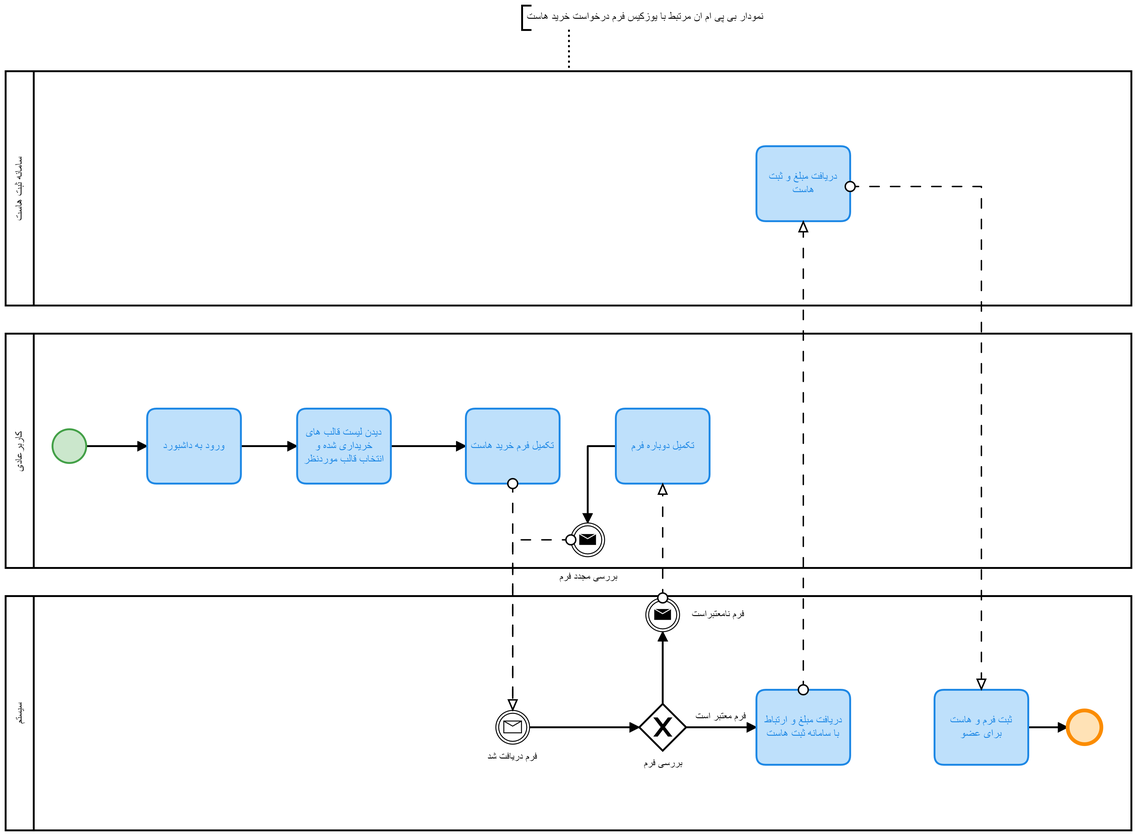
Earlier version of the BPMN export Diagrams/Activity Diagram & bpmn diagram/bpmn/PDF-version/buy-host-for-user.png (hirezadehghani/website-builder). Its source is kept beside it as Diagrams/Activity Diagram & bpmn diagram/bpmn/buy-host-for-user.bpmn. Ids are renumbered. Source of this version:
```xml
<bpmn:definitions xmlns:bpmn="http://www.omg.org/spec/BPMN/20100524/MODEL" xmlns:bpmndi="http://www.omg.org/spec/BPMN/20100524/DI" xmlns:dc="http://www.omg.org/spec/DD/20100524/DC" xmlns:di="http://www.omg.org/spec/DD/20100524/DI" xmlns:bioc="http://bpmn.io/schema/bpmn/biocolor/1.0" xmlns:color="http://www.omg.org/spec/BPMN/non-normative/color/1.0" xmlns:modeler="http://camunda.org/schema/modeler/1.0" id="Definitions_n1" targetNamespace="http://bpmn.io/schema/bpmn" exporter="Camunda Modeler" exporterVersion="4.11.1" modeler:executionPlatform="Camunda Platform" modeler:executionPlatformVersion="7.15.0">
  <bpmn:collaboration id="Collaboration_n2">
    <bpmn:participant id="Participant_n3" name="کاربرعادی" processRef="Process_n4" />
    <bpmn:participant id="Participant_n5" name="سیستم" processRef="Process_n6" />
    <bpmn:participant id="Participant_n7" name="سامانه ثبت هاست" processRef="Process_n8" />
    <bpmn:messageFlow id="Flow_n9" sourceRef="Activity_n10" targetRef="Event_n11" />
    <bpmn:messageFlow id="Flow_n12" sourceRef="Event_n13" targetRef="Activity_n14" />
    <bpmn:messageFlow id="Flow_n15" sourceRef="Event_n16" targetRef="Event_n11" />
    <bpmn:messageFlow id="Flow_n17" sourceRef="Activity_n18" targetRef="Activity_n19" />
    <bpmn:messageFlow id="Flow_n20" sourceRef="Activity_n19" targetRef="Activity_n21" />
    <bpmn:textAnnotation id="TextAnnotation_n22">
      <bpmn:text>نمودار بی پی ام ان مرتبط با یوزکیس فرم درخواست خرید هاست</bpmn:text>
    </bpmn:textAnnotation>
    <bpmn:association id="Association_n23" sourceRef="Participant_n7" targetRef="TextAnnotation_n22" />
  </bpmn:collaboration>
  <bpmn:process id="Process_n4" isExecutable="false">
    <bpmn:startEvent id="Event_n24">
      <bpmn:outgoing>Flow_n25</bpmn:outgoing>
    </bpmn:startEvent>
    <bpmn:task id="Activity_n26" name="ورود به داشبورد">
      <bpmn:incoming>Flow_n25</bpmn:incoming>
      <bpmn:outgoing>Flow_n27</bpmn:outgoing>
    </bpmn:task>
    <bpmn:task id="Activity_n28" name="دیدن لیست قالب های خریداری شده و انتخاب قالب موردنظر">
      <bpmn:incoming>Flow_n27</bpmn:incoming>
      <bpmn:outgoing>Flow_n29</bpmn:outgoing>
    </bpmn:task>
    <bpmn:task id="Activity_n10" name="تکمیل فرم خرید هاست">
      <bpmn:incoming>Flow_n29</bpmn:incoming>
    </bpmn:task>
    <bpmn:task id="Activity_n14" name="تکمیل دوباره فرم">
      <bpmn:outgoing>Flow_n30</bpmn:outgoing>
    </bpmn:task>
    <bpmn:intermediateThrowEvent id="Event_n16" name="بررسی مجدد فرم">
      <bpmn:incoming>Flow_n30</bpmn:incoming>
      <bpmn:messageEventDefinition id="MessageEventDefinition_n31" />
    </bpmn:intermediateThrowEvent>
    <bpmn:sequenceFlow id="Flow_n30" sourceRef="Activity_n14" targetRef="Event_n16" />
    <bpmn:sequenceFlow id="Flow_n27" sourceRef="Activity_n26" targetRef="Activity_n28" />
    <bpmn:sequenceFlow id="Flow_n25" sourceRef="Event_n24" targetRef="Activity_n26" />
    <bpmn:sequenceFlow id="Flow_n29" sourceRef="Activity_n28" targetRef="Activity_n10" />
  </bpmn:process>
  <bpmn:process id="Process_n6" isExecutable="false">
    <bpmn:exclusiveGateway id="Gateway_n32" name="بررسی فرم">
      <bpmn:incoming>Flow_n33</bpmn:incoming>
      <bpmn:outgoing>Flow_n34</bpmn:outgoing>
      <bpmn:outgoing>Flow_n35</bpmn:outgoing>
    </bpmn:exclusiveGateway>
    <bpmn:task id="Activity_n18" name="دریافت مبلغ و ارتباط با سامانه ثبت هاست">
      <bpmn:incoming>Flow_n34</bpmn:incoming>
    </bpmn:task>
    <bpmn:task id="Activity_n21" name="ثبت فرم و هاست برای عضو">
      <bpmn:outgoing>Flow_n36</bpmn:outgoing>
    </bpmn:task>
    <bpmn:endEvent id="Event_n37">
      <bpmn:incoming>Flow_n36</bpmn:incoming>
    </bpmn:endEvent>
    <bpmn:intermediateCatchEvent id="Event_n11" name="فرم دریافت شد">
      <bpmn:outgoing>Flow_n33</bpmn:outgoing>
      <bpmn:messageEventDefinition id="MessageEventDefinition_n38" />
    </bpmn:intermediateCatchEvent>
    <bpmn:intermediateThrowEvent id="Event_n13" name="فرم نامعتبراست">
      <bpmn:incoming>Flow_n35</bpmn:incoming>
      <bpmn:messageEventDefinition id="MessageEventDefinition_n39" />
    </bpmn:intermediateThrowEvent>
    <bpmn:sequenceFlow id="Flow_n35" sourceRef="Gateway_n32" targetRef="Event_n13" />
    <bpmn:sequenceFlow id="Flow_n33" sourceRef="Event_n11" targetRef="Gateway_n32" />
    <bpmn:sequenceFlow id="Flow_n34" name="فرم معتبر است" sourceRef="Gateway_n32" targetRef="Activity_n18" />
    <bpmn:sequenceFlow id="Flow_n36" sourceRef="Activity_n21" targetRef="Event_n37" />
  </bpmn:process>
  <bpmn:process id="Process_n8" isExecutable="false">
    <bpmn:task id="Activity_n19" name="دریافت مبلغ و ثبت هاست" />
  </bpmn:process>
  <bpmndi:BPMNDiagram id="BPMNDiagram_1">
    <bpmndi:BPMNPlane id="BPMNPlane_1" bpmnElement="Collaboration_n2">
      <bpmndi:BPMNShape id="Participant_n3_di" bpmnElement="Participant_n3" isHorizontal="true">
        <dc:Bounds x="160" y="430" width="1201" height="250" />
      </bpmndi:BPMNShape>
      <bpmndi:BPMNEdge id="Flow_n30_di" bpmnElement="Flow_n30">
        <di:waypoint x="811" y="550" />
        <di:waypoint x="781" y="550" />
        <di:waypoint x="781" y="632" />
      </bpmndi:BPMNEdge>
      <bpmndi:BPMNEdge id="Flow_n27_di" bpmnElement="Flow_n27">
        <di:waypoint x="411" y="550" />
        <di:waypoint x="471" y="550" />
      </bpmndi:BPMNEdge>
      <bpmndi:BPMNEdge id="Flow_n25_di" bpmnElement="Flow_n25">
        <di:waypoint x="246" y="550" />
        <di:waypoint x="311" y="550" />
      </bpmndi:BPMNEdge>
      <bpmndi:BPMNEdge id="Flow_n29_di" bpmnElement="Flow_n29">
        <di:waypoint x="571" y="550" />
        <di:waypoint x="651" y="550" />
      </bpmndi:BPMNEdge>
      <bpmndi:BPMNShape id="Event_n24_di" bpmnElement="Event_n24" bioc:stroke="#43a047" bioc:fill="#c8e6c9" color:background-color="#c8e6c9" color:border-color="#43a047">
        <dc:Bounds x="210" y="532" width="36" height="36" />
      </bpmndi:BPMNShape>
      <bpmndi:BPMNShape id="Activity_n26_di" bpmnElement="Activity_n26" bioc:stroke="#1e88e5" bioc:fill="#bbdefb" color:background-color="#bbdefb" color:border-color="#1e88e5">
        <dc:Bounds x="311" y="510" width="100" height="80" />
      </bpmndi:BPMNShape>
      <bpmndi:BPMNShape id="Activity_n28_di" bpmnElement="Activity_n28" bioc:stroke="#1e88e5" bioc:fill="#bbdefb" color:background-color="#bbdefb" color:border-color="#1e88e5">
        <dc:Bounds x="471" y="510" width="100" height="80" />
      </bpmndi:BPMNShape>
      <bpmndi:BPMNShape id="Activity_n10_di" bpmnElement="Activity_n10" bioc:stroke="#1e88e5" bioc:fill="#bbdefb" color:background-color="#bbdefb" color:border-color="#1e88e5">
        <dc:Bounds x="651" y="510" width="100" height="80" />
      </bpmndi:BPMNShape>
      <bpmndi:BPMNShape id="Activity_n14_di" bpmnElement="Activity_n14" bioc:stroke="#1e88e5" bioc:fill="#bbdefb" color:background-color="#bbdefb" color:border-color="#1e88e5">
        <dc:Bounds x="811" y="510" width="100" height="80" />
      </bpmndi:BPMNShape>
      <bpmndi:BPMNShape id="Event_n16_di" bpmnElement="Event_n16">
        <dc:Bounds x="763" y="632" width="36" height="36" />
        <bpmndi:BPMNLabel>
          <dc:Bounds x="751" y="683" width="61" height="14" />
        </bpmndi:BPMNLabel>
      </bpmndi:BPMNShape>
      <bpmndi:BPMNShape id="Participant_n5_di" bpmnElement="Participant_n5" isHorizontal="true">
        <dc:Bounds x="160" y="710" width="1201" height="250" />
      </bpmndi:BPMNShape>
      <bpmndi:BPMNEdge id="Flow_n35_di" bpmnElement="Flow_n35">
        <di:waypoint x="861" y="825" />
        <di:waypoint x="861" y="748" />
      </bpmndi:BPMNEdge>
      <bpmndi:BPMNEdge id="Flow_n33_di" bpmnElement="Flow_n33">
        <di:waypoint x="719" y="850" />
        <di:waypoint x="836" y="850" />
      </bpmndi:BPMNEdge>
      <bpmndi:BPMNEdge id="Flow_n34_di" bpmnElement="Flow_n34">
        <di:waypoint x="886" y="850" />
        <di:waypoint x="961" y="850" />
        <bpmndi:BPMNLabel>
          <dc:Bounds x="896" y="832" width="55" height="14" />
        </bpmndi:BPMNLabel>
      </bpmndi:BPMNEdge>
      <bpmndi:BPMNEdge id="Flow_n36_di" bpmnElement="Flow_n36">
        <di:waypoint x="1251" y="850" />
        <di:waypoint x="1293" y="850" />
      </bpmndi:BPMNEdge>
      <bpmndi:BPMNShape id="Gateway_n32_di" bpmnElement="Gateway_n32" isMarkerVisible="true">
        <dc:Bounds x="836" y="825" width="50" height="50" />
        <bpmndi:BPMNLabel>
          <dc:Bounds x="841" y="882" width="41" height="14" />
        </bpmndi:BPMNLabel>
      </bpmndi:BPMNShape>
      <bpmndi:BPMNShape id="Activity_n18_di" bpmnElement="Activity_n18" bioc:stroke="#1e88e5" bioc:fill="#bbdefb" color:background-color="#bbdefb" color:border-color="#1e88e5">
        <dc:Bounds x="961" y="810" width="100" height="80" />
      </bpmndi:BPMNShape>
      <bpmndi:BPMNShape id="Activity_n21_di" bpmnElement="Activity_n21" bioc:stroke="#1e88e5" bioc:fill="#bbdefb" color:background-color="#bbdefb" color:border-color="#1e88e5">
        <dc:Bounds x="1151" y="810" width="100" height="80" />
      </bpmndi:BPMNShape>
      <bpmndi:BPMNShape id="Event_n37_di" bpmnElement="Event_n37" bioc:stroke="#fb8c00" bioc:fill="#ffe0b2" color:background-color="#ffe0b2" color:border-color="#fb8c00">
        <dc:Bounds x="1293" y="832" width="36" height="36" />
      </bpmndi:BPMNShape>
      <bpmndi:BPMNShape id="Event_n11_di" bpmnElement="Event_n11">
        <dc:Bounds x="683" y="832" width="36" height="36" />
        <bpmndi:BPMNLabel>
          <dc:Bounds x="674" y="875" width="54" height="14" />
        </bpmndi:BPMNLabel>
      </bpmndi:BPMNShape>
      <bpmndi:BPMNShape id="Event_n13_di" bpmnElement="Event_n13">
        <dc:Bounds x="843" y="712" width="36" height="36" />
        <bpmndi:BPMNLabel>
          <dc:Bounds x="892" y="723" width="57" height="14" />
        </bpmndi:BPMNLabel>
      </bpmndi:BPMNShape>
      <bpmndi:BPMNShape id="Participant_n7_di" bpmnElement="Participant_n7" isHorizontal="true">
        <dc:Bounds x="160" y="150" width="1201" height="250" />
      </bpmndi:BPMNShape>
      <bpmndi:BPMNShape id="Activity_n19_di" bpmnElement="Activity_n19" bioc:stroke="#1e88e5" bioc:fill="#bbdefb" color:background-color="#bbdefb" color:border-color="#1e88e5">
        <dc:Bounds x="961" y="230" width="100" height="80" />
      </bpmndi:BPMNShape>
      <bpmndi:BPMNShape id="TextAnnotation_n22_di" bpmnElement="TextAnnotation_n22">
        <dc:Bounds x="711" y="80" width="379" height="26" />
      </bpmndi:BPMNShape>
      <bpmndi:BPMNEdge id="Association_n23_di" bpmnElement="Association_n23">
        <di:waypoint x="761" y="150" />
        <di:waypoint x="761" y="106" />
      </bpmndi:BPMNEdge>
      <bpmndi:BPMNEdge id="Flow_n9_di" bpmnElement="Flow_n9">
        <di:waypoint x="701" y="590" />
        <di:waypoint x="701" y="832" />
      </bpmndi:BPMNEdge>
      <bpmndi:BPMNEdge id="Flow_n12_di" bpmnElement="Flow_n12">
        <di:waypoint x="861" y="712" />
        <di:waypoint x="861" y="590" />
      </bpmndi:BPMNEdge>
      <bpmndi:BPMNEdge id="Flow_n15_di" bpmnElement="Flow_n15">
        <di:waypoint x="763" y="650" />
        <di:waypoint x="701" y="650" />
        <di:waypoint x="701" y="832" />
      </bpmndi:BPMNEdge>
      <bpmndi:BPMNEdge id="Flow_n17_di" bpmnElement="Flow_n17">
        <di:waypoint x="1011" y="810" />
        <di:waypoint x="1011" y="310" />
      </bpmndi:BPMNEdge>
      <bpmndi:BPMNEdge id="Flow_n20_di" bpmnElement="Flow_n20">
        <di:waypoint x="1061" y="273" />
        <di:waypoint x="1201" y="273" />
        <di:waypoint x="1201" y="810" />
      </bpmndi:BPMNEdge>
    </bpmndi:BPMNPlane>
  </bpmndi:BPMNDiagram>
</bpmn:definitions>
```
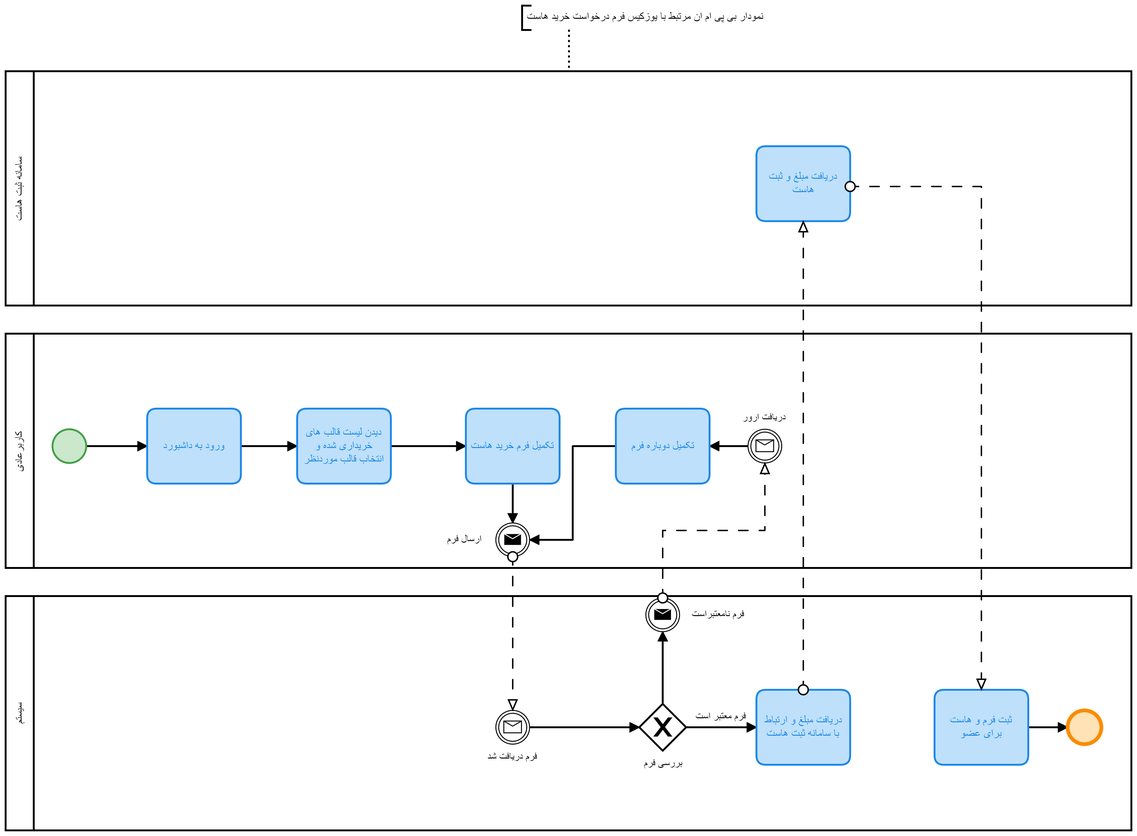
After the commit.

Change to the diagram source:
```diff
@@ -3,8 +3,7 @@
     <bpmn:participant id="Participant_n3" name="کاربرعادی" processRef="Process_n4" />
     <bpmn:participant id="Participant_n5" name="سیستم" processRef="Process_n6" />
     <bpmn:participant id="Participant_n7" name="سامانه ثبت هاست" processRef="Process_n8" />
-    <bpmn:messageFlow id="Flow_n9" sourceRef="Activity_n10" targetRef="Event_n11" />
-    <bpmn:messageFlow id="Flow_n12" sourceRef="Event_n13" targetRef="Activity_n14" />
+    <bpmn:messageFlow id="Flow_n12" sourceRef="Event_n13" targetRef="Event_n40" />
     <bpmn:messageFlow id="Flow_n15" sourceRef="Event_n16" targetRef="Event_n11" />
     <bpmn:messageFlow id="Flow_n17" sourceRef="Activity_n18" targetRef="Activity_n19" />
     <bpmn:messageFlow id="Flow_n20" sourceRef="Activity_n19" targetRef="Activity_n21" />
@@ -27,18 +26,27 @@
     </bpmn:task>
     <bpmn:task id="Activity_n10" name="تکمیل فرم خرید هاست">
       <bpmn:incoming>Flow_n29</bpmn:incoming>
+      <bpmn:outgoing>Flow_n41</bpmn:outgoing>
     </bpmn:task>
     <bpmn:task id="Activity_n14" name="تکمیل دوباره فرم">
-      <bpmn:outgoing>Flow_n30</bpmn:outgoing>
+      <bpmn:incoming>Flow_n42</bpmn:incoming>
+      <bpmn:outgoing>Flow_n43</bpmn:outgoing>
     </bpmn:task>
-    <bpmn:intermediateThrowEvent id="Event_n16" name="بررسی مجدد فرم">
-      <bpmn:incoming>Flow_n30</bpmn:incoming>
-      <bpmn:messageEventDefinition id="MessageEventDefinition_n31" />
-    </bpmn:intermediateThrowEvent>
-    <bpmn:sequenceFlow id="Flow_n30" sourceRef="Activity_n14" targetRef="Event_n16" />
     <bpmn:sequenceFlow id="Flow_n27" sourceRef="Activity_n26" targetRef="Activity_n28" />
     <bpmn:sequenceFlow id="Flow_n25" sourceRef="Event_n24" targetRef="Activity_n26" />
     <bpmn:sequenceFlow id="Flow_n29" sourceRef="Activity_n28" targetRef="Activity_n10" />
+    <bpmn:intermediateThrowEvent id="Event_n16" name="ارسال فرم">
+      <bpmn:incoming>Flow_n41</bpmn:incoming>
+      <bpmn:incoming>Flow_n43</bpmn:incoming>
+      <bpmn:messageEventDefinition id="MessageEventDefinition_n31" />
+    </bpmn:intermediateThrowEvent>
+    <bpmn:sequenceFlow id="Flow_n41" sourceRef="Activity_n10" targetRef="Event_n16" />
+    <bpmn:sequenceFlow id="Flow_n43" sourceRef="Activity_n14" targetRef="Event_n16" />
+    <bpmn:sequenceFlow id="Flow_n42" sourceRef="Event_n40" targetRef="Activity_n14" />
+    <bpmn:intermediateCatchEvent id="Event_n40" name="دریافت ارور">
+      <bpmn:outgoing>Flow_n42</bpmn:outgoing>
+      <bpmn:messageEventDefinition id="MessageEventDefinition_n44" />
+    </bpmn:intermediateCatchEvent>
   </bpmn:process>
   <bpmn:process id="Process_n6" isExecutable="false">
     <bpmn:exclusiveGateway id="Gateway_n32" name="بررسی فرم">
@@ -76,22 +84,31 @@
       <bpmndi:BPMNShape id="Participant_n3_di" bpmnElement="Participant_n3" isHorizontal="true">
         <dc:Bounds x="160" y="430" width="1201" height="250" />
       </bpmndi:BPMNShape>
-      <bpmndi:BPMNEdge id="Flow_n30_di" bpmnElement="Flow_n30">
+      <bpmndi:BPMNEdge id="Flow_n42_di" bpmnElement="Flow_n42">
+        <di:waypoint x="952" y="550" />
+        <di:waypoint x="911" y="550" />
+      </bpmndi:BPMNEdge>
+      <bpmndi:BPMNEdge id="Flow_n43_di" bpmnElement="Flow_n43">
         <di:waypoint x="811" y="550" />
-        <di:waypoint x="781" y="550" />
-        <di:waypoint x="781" y="632" />
+        <di:waypoint x="765" y="550" />
+        <di:waypoint x="765" y="650" />
+        <di:waypoint x="719" y="650" />
       </bpmndi:BPMNEdge>
-      <bpmndi:BPMNEdge id="Flow_n27_di" bpmnElement="Flow_n27">
-        <di:waypoint x="411" y="550" />
-        <di:waypoint x="471" y="550" />
+      <bpmndi:BPMNEdge id="Flow_n41_di" bpmnElement="Flow_n41">
+        <di:waypoint x="701" y="590" />
+        <di:waypoint x="701" y="632" />
+      </bpmndi:BPMNEdge>
+      <bpmndi:BPMNEdge id="Flow_n29_di" bpmnElement="Flow_n29">
+        <di:waypoint x="571" y="550" />
+        <di:waypoint x="651" y="550" />
       </bpmndi:BPMNEdge>
       <bpmndi:BPMNEdge id="Flow_n25_di" bpmnElement="Flow_n25">
         <di:waypoint x="246" y="550" />
         <di:waypoint x="311" y="550" />
       </bpmndi:BPMNEdge>
-      <bpmndi:BPMNEdge id="Flow_n29_di" bpmnElement="Flow_n29">
-        <di:waypoint x="571" y="550" />
-        <di:waypoint x="651" y="550" />
+      <bpmndi:BPMNEdge id="Flow_n27_di" bpmnElement="Flow_n27">
+        <di:waypoint x="411" y="550" />
+        <di:waypoint x="471" y="550" />
       </bpmndi:BPMNEdge>
       <bpmndi:BPMNShape id="Event_n24_di" bpmnElement="Event_n24" bioc:stroke="#43a047" bioc:fill="#c8e6c9" color:background-color="#c8e6c9" color:border-color="#43a047">
         <dc:Bounds x="210" y="532" width="36" height="36" />
@@ -109,21 +126,23 @@
         <dc:Bounds x="811" y="510" width="100" height="80" />
       </bpmndi:BPMNShape>
       <bpmndi:BPMNShape id="Event_n16_di" bpmnElement="Event_n16">
-        <dc:Bounds x="763" y="632" width="36" height="36" />
+        <dc:Bounds x="683" y="632" width="36" height="36" />
         <bpmndi:BPMNLabel>
-          <dc:Bounds x="751" y="683" width="61" height="14" />
+          <dc:Bounds x="631" y="643" width="37" height="14" />
+        </bpmndi:BPMNLabel>
+      </bpmndi:BPMNShape>
+      <bpmndi:BPMNShape id="Event_00kki7e_di" bpmnElement="Event_n40">
+        <dc:Bounds x="952" y="532" width="36" height="36" />
+        <bpmndi:BPMNLabel>
+          <dc:Bounds x="946" y="513" width="48" height="14" />
         </bpmndi:BPMNLabel>
       </bpmndi:BPMNShape>
       <bpmndi:BPMNShape id="Participant_n5_di" bpmnElement="Participant_n5" isHorizontal="true">
         <dc:Bounds x="160" y="710" width="1201" height="250" />
       </bpmndi:BPMNShape>
-      <bpmndi:BPMNEdge id="Flow_n35_di" bpmnElement="Flow_n35">
-        <di:waypoint x="861" y="825" />
-        <di:waypoint x="861" y="748" />
-      </bpmndi:BPMNEdge>
-      <bpmndi:BPMNEdge id="Flow_n33_di" bpmnElement="Flow_n33">
-        <di:waypoint x="719" y="850" />
-        <di:waypoint x="836" y="850" />
+      <bpmndi:BPMNEdge id="Flow_n36_di" bpmnElement="Flow_n36">
+        <di:waypoint x="1251" y="850" />
+        <di:waypoint x="1293" y="850" />
       </bpmndi:BPMNEdge>
       <bpmndi:BPMNEdge id="Flow_n34_di" bpmnElement="Flow_n34">
         <di:waypoint x="886" y="850" />
@@ -132,9 +151,13 @@
           <dc:Bounds x="896" y="832" width="55" height="14" />
         </bpmndi:BPMNLabel>
       </bpmndi:BPMNEdge>
-      <bpmndi:BPMNEdge id="Flow_n36_di" bpmnElement="Flow_n36">
-        <di:waypoint x="1251" y="850" />
-        <di:waypoint x="1293" y="850" />
+      <bpmndi:BPMNEdge id="Flow_n33_di" bpmnElement="Flow_n33">
+        <di:waypoint x="719" y="850" />
+        <di:waypoint x="836" y="850" />
+      </bpmndi:BPMNEdge>
+      <bpmndi:BPMNEdge id="Flow_n35_di" bpmnElement="Flow_n35">
+        <di:waypoint x="861" y="825" />
+        <di:waypoint x="861" y="748" />
       </bpmndi:BPMNEdge>
       <bpmndi:BPMNShape id="Gateway_n32_di" bpmnElement="Gateway_n32" isMarkerVisible="true">
         <dc:Bounds x="836" y="825" width="50" height="50" />
@@ -176,17 +199,14 @@
         <di:waypoint x="761" y="150" />
         <di:waypoint x="761" y="106" />
       </bpmndi:BPMNEdge>
-      <bpmndi:BPMNEdge id="Flow_n9_di" bpmnElement="Flow_n9">
-        <di:waypoint x="701" y="590" />
-        <di:waypoint x="701" y="832" />
-      </bpmndi:BPMNEdge>
       <bpmndi:BPMNEdge id="Flow_n12_di" bpmnElement="Flow_n12">
         <di:waypoint x="861" y="712" />
-        <di:waypoint x="861" y="590" />
+        <di:waypoint x="861" y="640" />
+        <di:waypoint x="970" y="640" />
+        <di:waypoint x="970" y="568" />
       </bpmndi:BPMNEdge>
       <bpmndi:BPMNEdge id="Flow_n15_di" bpmnElement="Flow_n15">
-        <di:waypoint x="763" y="650" />
-        <di:waypoint x="701" y="650" />
+        <di:waypoint x="701" y="668" />
         <di:waypoint x="701" y="832" />
       </bpmndi:BPMNEdge>
       <bpmndi:BPMNEdge id="Flow_n17_di" bpmnElement="Flow_n17">
```
